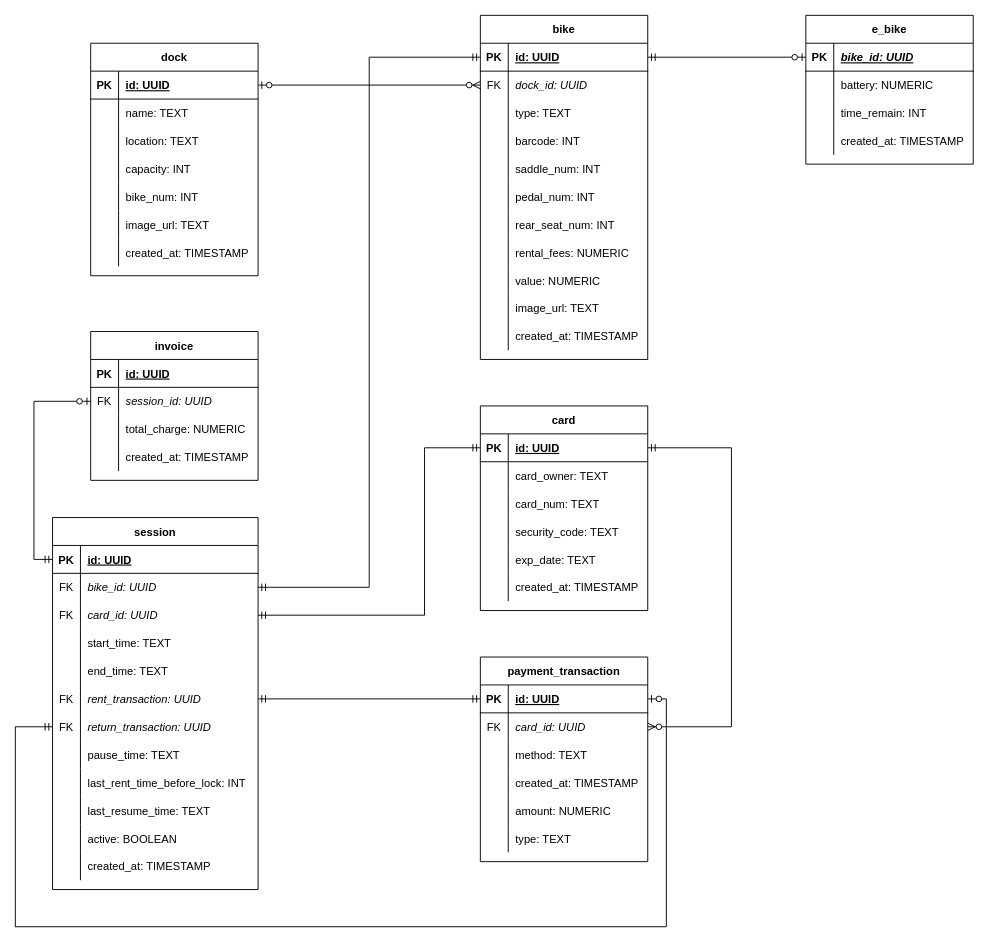
ktrung1709/EcoBikeRental keeps this draw.io diagram as 3. Detailed Design/Data Modeling/EBR - Relational Database Design.drawio. Above is the earlier version. Source tidied: cells renumbered, new cells numbered last; positions are measured from the earlier drawing's top-left corner, leaving out a move shared by most shapes. Both pictures are drawn from the tidied source at 93%, with x=0, y=0 at pixel (15, 15).
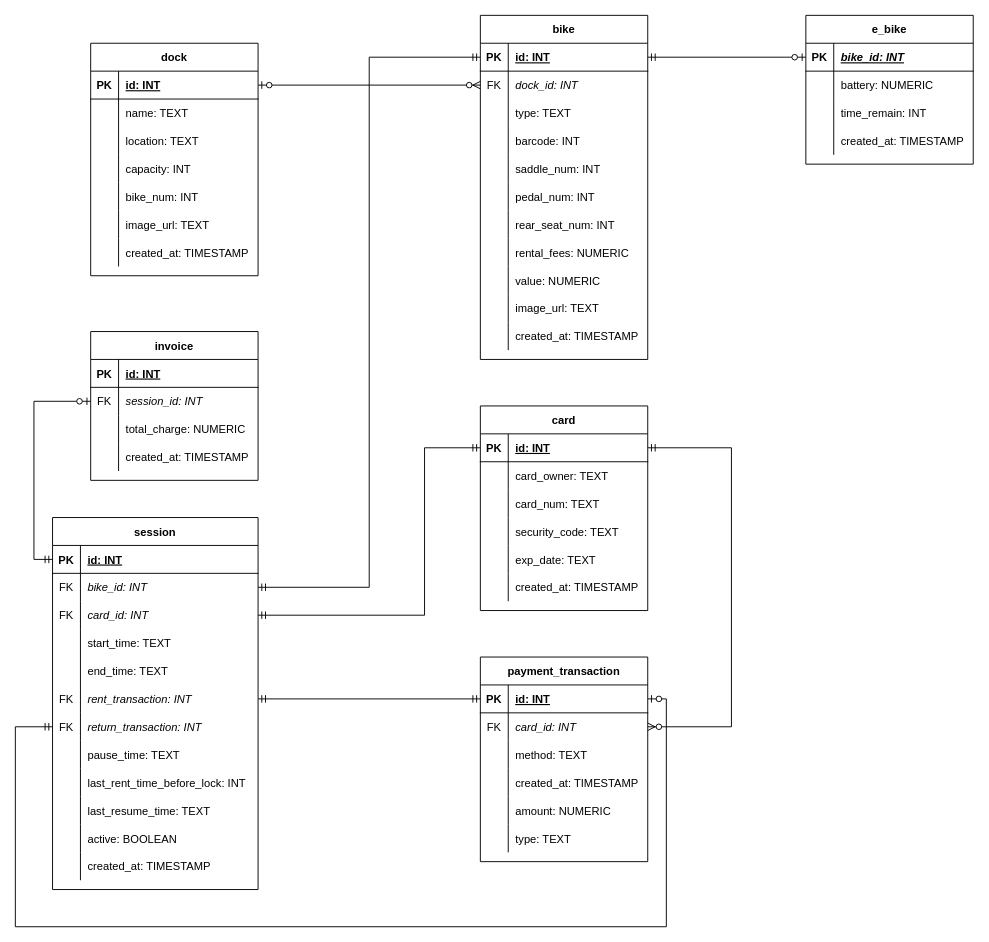
After the change.

Unchanged cells that the change refers to:
```xml
<mxCell id="3" style="shape=partialRectangle;fillColor=none;top=0;left=0;bottom=1;right=0;points=[[0,0.5],[1,0.5]];portConstraint=eastwest;" parent="2" vertex="1">
  <mxGeometry y="30" width="180" height="30" as="geometry" />
</mxCell>
<mxCell id="25" style="shape=partialRectangle;fillColor=none;top=0;left=0;bottom=1;right=0;points=[[0,0.5],[1,0.5]];portConstraint=eastwest;" parent="24" vertex="1">
  <mxGeometry y="30" width="180" height="30" as="geometry" />
</mxCell>
<mxCell id="28" style="shape=partialRectangle;fillColor=none;top=0;left=0;bottom=0;right=0;points=[[0,0.5],[1,0.5]];portConstraint=eastwest;" parent="24" vertex="1">
  <mxGeometry y="60" width="180" height="30" as="geometry" />
</mxCell>
<mxCell id="59" style="shape=partialRectangle;fillColor=none;top=0;left=0;bottom=1;right=0;points=[[0,0.5],[1,0.5]];portConstraint=eastwest;" parent="58" vertex="1">
  <mxGeometry y="30" width="180" height="30" as="geometry" />
</mxCell>
<mxCell id="62" style="shape=partialRectangle;fillColor=none;top=0;left=0;bottom=0;right=0;points=[[0,0.5],[1,0.5]];portConstraint=eastwest;" parent="58" vertex="1">
  <mxGeometry y="60" width="180" height="30" as="geometry" />
</mxCell>
<mxCell id="78" style="shape=partialRectangle;fillColor=none;top=0;left=0;bottom=1;right=0;points=[[0,0.5],[1,0.5]];portConstraint=eastwest;" parent="77" vertex="1">
  <mxGeometry y="30" width="221" height="30" as="geometry" />
</mxCell>
<mxCell id="81" style="shape=partialRectangle;fillColor=none;top=0;left=0;bottom=0;right=0;points=[[0,0.5],[1,0.5]];portConstraint=eastwest;" parent="77" vertex="1">
  <mxGeometry y="60" width="221" height="30" as="geometry" />
</mxCell>
<mxCell id="84" style="shape=partialRectangle;fillColor=none;top=0;left=0;bottom=0;right=0;points=[[0,0.5],[1,0.5]];portConstraint=eastwest;" parent="77" vertex="1">
  <mxGeometry y="90" width="221" height="30" as="geometry" />
</mxCell>
<mxCell id="93" style="shape=partialRectangle;fillColor=none;top=0;left=0;bottom=0;right=0;points=[[0,0.5],[1,0.5]];portConstraint=eastwest;" parent="77" vertex="1">
  <mxGeometry y="180" width="221" height="30" as="geometry" />
</mxCell>
<mxCell id="96" style="shape=partialRectangle;fillColor=none;top=0;left=0;bottom=0;right=0;points=[[0,0.5],[1,0.5]];portConstraint=eastwest;" parent="77" vertex="1">
  <mxGeometry y="210" width="221" height="30" as="geometry" />
</mxCell>
<mxCell id="115" style="shape=partialRectangle;fillColor=none;top=0;left=0;bottom=1;right=0;points=[[0,0.5],[1,0.5]];portConstraint=eastwest;" parent="114" vertex="1">
  <mxGeometry y="30" width="180" height="30" as="geometry" />
</mxCell>
<mxCell id="128" style="shape=partialRectangle;fillColor=none;top=0;left=0;bottom=1;right=0;" parent="127" vertex="1">
  <mxGeometry y="30" width="180" height="30" as="geometry" />
</mxCell>
<mxCell id="131" style="shape=partialRectangle;fillColor=none;top=0;left=0;bottom=0;right=0;points=[[0,0.5],[1,0.5]];portConstraint=eastwest;" parent="127" vertex="1">
  <mxGeometry y="60" width="180" height="30" as="geometry" />
</mxCell>
<mxCell id="141" style="shape=partialRectangle;fillColor=none;top=0;left=0;bottom=1;right=0;points=[[0,0.5],[1,0.5]];portConstraint=eastwest;" parent="140" vertex="1">
  <mxGeometry y="30" width="180" height="30" as="geometry" />
</mxCell>
```

What changed in the source:
```diff
@@
-    <mxCell id="5" value="id: UUID" style="shape=partialRectangle;fillColor=none;top=0;left=0;bottom=0;right=0;align=left;spacingLeft=6;fontStyle=5;overflow=hidden;" parent="3" vertex="1">
+    <mxCell id="5" value="id: INT" style="shape=partialRectangle;fillColor=none;top=0;left=0;bottom=0;right=0;align=left;spacingLeft=6;fontStyle=5;overflow=hidden;" parent="3" vertex="1">
       <mxGeometry x="30" width="150" height="30" as="geometry" />
     </mxCell>
@@
-    <mxCell id="27" value="id: UUID" style="shape=partialRectangle;fillColor=none;top=0;left=0;bottom=0;right=0;align=left;spacingLeft=6;fontStyle=5;overflow=hidden;" parent="25" vertex="1">
+    <mxCell id="27" value="id: INT" style="shape=partialRectangle;fillColor=none;top=0;left=0;bottom=0;right=0;align=left;spacingLeft=6;fontStyle=5;overflow=hidden;" parent="25" vertex="1">
       <mxGeometry x="30" width="150" height="30" as="geometry" />
     </mxCell>
@@
-    <mxCell id="30" value="dock_id: UUID" style="shape=partialRectangle;fillColor=none;top=0;left=0;bottom=0;right=0;align=left;spacingLeft=6;overflow=hidden;fontStyle=2;" parent="28" vertex="1">
+    <mxCell id="30" value="dock_id: INT" style="shape=partialRectangle;fillColor=none;top=0;left=0;bottom=0;right=0;align=left;spacingLeft=6;overflow=hidden;fontStyle=2;" parent="28" vertex="1">
       <mxGeometry x="30" width="150" height="30" as="geometry" />
     </mxCell>
@@
-    <mxCell id="61" value="id: UUID" style="shape=partialRectangle;fillColor=none;top=0;left=0;bottom=0;right=0;align=left;spacingLeft=6;fontStyle=5;overflow=hidden;" parent="59" vertex="1">
+    <mxCell id="61" value="id: INT" style="shape=partialRectangle;fillColor=none;top=0;left=0;bottom=0;right=0;align=left;spacingLeft=6;fontStyle=5;overflow=hidden;" parent="59" vertex="1">
       <mxGeometry x="30" width="150" height="30" as="geometry" />
     </mxCell>
@@
-    <mxCell id="64" value="card_id: UUID" style="shape=partialRectangle;fillColor=none;top=0;left=0;bottom=0;right=0;align=left;spacingLeft=6;overflow=hidden;fontStyle=2;" parent="62" vertex="1">
+    <mxCell id="64" value="card_id: INT" style="shape=partialRectangle;fillColor=none;top=0;left=0;bottom=0;right=0;align=left;spacingLeft=6;overflow=hidden;fontStyle=2;" parent="62" vertex="1">
       <mxGeometry x="30" width="150" height="30" as="geometry" />
     </mxCell>
@@
-    <mxCell id="80" value="id: UUID" style="shape=partialRectangle;fillColor=none;top=0;left=0;bottom=0;right=0;align=left;spacingLeft=6;fontStyle=5;overflow=hidden;" parent="78" vertex="1">
+    <mxCell id="80" value="id: INT" style="shape=partialRectangle;fillColor=none;top=0;left=0;bottom=0;right=0;align=left;spacingLeft=6;fontStyle=5;overflow=hidden;" parent="78" vertex="1">
       <mxGeometry x="30" width="191" height="30" as="geometry" />
     </mxCell>
@@
-    <mxCell id="83" value="bike_id: UUID" style="shape=partialRectangle;fillColor=none;top=0;left=0;bottom=0;right=0;align=left;spacingLeft=6;overflow=hidden;fontStyle=2;" parent="81" vertex="1">
+    <mxCell id="83" value="bike_id: INT" style="shape=partialRectangle;fillColor=none;top=0;left=0;bottom=0;right=0;align=left;spacingLeft=6;overflow=hidden;fontStyle=2;" parent="81" vertex="1">
       <mxGeometry x="30" width="191" height="30" as="geometry" />
     </mxCell>
@@
-    <mxCell id="86" value="card_id: UUID" style="shape=partialRectangle;fillColor=none;top=0;left=0;bottom=0;right=0;align=left;spacingLeft=6;overflow=hidden;fontStyle=2;" parent="84" vertex="1">
+    <mxCell id="86" value="card_id: INT" style="shape=partialRectangle;fillColor=none;top=0;left=0;bottom=0;right=0;align=left;spacingLeft=6;overflow=hidden;fontStyle=2;" parent="84" vertex="1">
       <mxGeometry x="30" width="191" height="30" as="geometry" />
     </mxCell>
@@
-    <mxCell id="95" value="rent_transaction: UUID" style="shape=partialRectangle;fillColor=none;top=0;left=0;bottom=0;right=0;align=left;spacingLeft=6;overflow=hidden;fontStyle=2;" parent="93" vertex="1">
+    <mxCell id="95" value="rent_transaction: INT" style="shape=partialRectangle;fillColor=none;top=0;left=0;bottom=0;right=0;align=left;spacingLeft=6;overflow=hidden;fontStyle=2;" parent="93" vertex="1">
       <mxGeometry x="30" width="191" height="30" as="geometry" />
     </mxCell>
@@
-    <mxCell id="98" value="return_transaction: UUID" style="shape=partialRectangle;fillColor=none;top=0;left=0;bottom=0;right=0;align=left;spacingLeft=6;overflow=hidden;fontStyle=2;" parent="96" vertex="1">
+    <mxCell id="98" value="return_transaction: INT" style="shape=partialRectangle;fillColor=none;top=0;left=0;bottom=0;right=0;align=left;spacingLeft=6;overflow=hidden;fontStyle=2;" parent="96" vertex="1">
       <mxGeometry x="30" width="191" height="30" as="geometry" />
     </mxCell>
@@
-    <mxCell id="117" value="bike_id: UUID" style="shape=partialRectangle;fillColor=none;top=0;left=0;bottom=0;right=0;align=left;spacingLeft=6;fontStyle=7;overflow=hidden;" parent="115" vertex="1">
+    <mxCell id="117" value="bike_id: INT" style="shape=partialRectangle;fillColor=none;top=0;left=0;bottom=0;right=0;align=left;spacingLeft=6;fontStyle=7;overflow=hidden;" parent="115" vertex="1">
       <mxGeometry x="30" width="150" height="30" as="geometry" />
     </mxCell>
@@
-    <mxCell id="130" value="id: UUID" style="shape=partialRectangle;fillColor=none;top=0;left=0;bottom=0;right=0;align=left;spacingLeft=6;fontStyle=5;overflow=hidden;" parent="128" vertex="1">
+    <mxCell id="130" value="id: INT" style="shape=partialRectangle;fillColor=none;top=0;left=0;bottom=0;right=0;align=left;spacingLeft=6;fontStyle=5;overflow=hidden;" parent="128" vertex="1">
       <mxGeometry x="30" width="150" height="30" as="geometry" />
     </mxCell>
@@
-    <mxCell id="133" value="session_id: UUID" style="shape=partialRectangle;fillColor=none;top=0;left=0;bottom=0;right=0;align=left;spacingLeft=6;overflow=hidden;fontStyle=2;" parent="131" vertex="1">
+    <mxCell id="133" value="session_id: INT" style="shape=partialRectangle;fillColor=none;top=0;left=0;bottom=0;right=0;align=left;spacingLeft=6;overflow=hidden;fontStyle=2;" parent="131" vertex="1">
       <mxGeometry x="30" width="150" height="30" as="geometry" />
     </mxCell>
@@
-    <mxCell id="143" value="id: UUID" style="shape=partialRectangle;fillColor=none;top=0;left=0;bottom=0;right=0;align=left;spacingLeft=6;fontStyle=5;overflow=hidden;" parent="141" vertex="1">
+    <mxCell id="143" value="id: INT" style="shape=partialRectangle;fillColor=none;top=0;left=0;bottom=0;right=0;align=left;spacingLeft=6;fontStyle=5;overflow=hidden;" parent="141" vertex="1">
       <mxGeometry x="30" width="150" height="30" as="geometry" />
     </mxCell>
```
